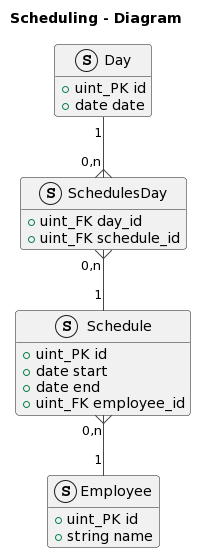
This is docs/en/scheduling/diagrams/uml-diagram-img.png from JotaEspig/chronos, a PlantUML export, as it was before one commit. Its diagram source:
```plantuml
@startuml
!theme vibrant

skin rose

title Scheduling - Diagram
hide struct methods

struct Day {
  +uint_PK id
  +date date
}

struct SchedulesDay {
  +uint_FK day_id
  +uint_FK schedule_id
}

struct Schedule {
  +uint_PK id
  +date start
  +date end
  +uint_FK employee_id
}

struct Employee {
  +uint_PK id
  +string name
}

Day          "1" --{ "0,n"  SchedulesDay
SchedulesDay "0,n" }-- "1"  Schedule
Schedule     "0,n" }-- "1"  Employee
@enduml
```
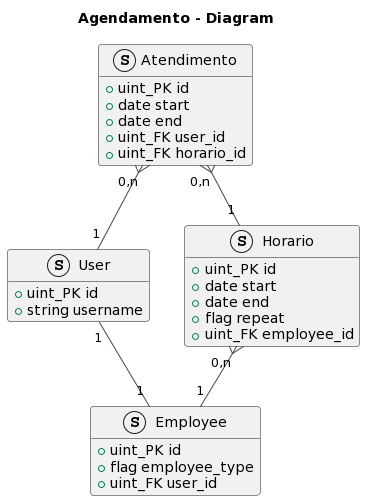
The same diagram one commit later.

Diff of the diagram source:
```diff
@@ -3,32 +3,38 @@
 
 skin rose
 
-title Scheduling - Diagram
+title Agendamento - Diagram
 hide struct methods
 
-struct Day {
+struct User {
   +uint_PK id
-  +date date
-}
-
-struct SchedulesDay {
-  +uint_FK day_id
-  +uint_FK schedule_id
-}
-
-struct Schedule {
-  +uint_PK id
-  +date start
-  +date end
-  +uint_FK employee_id
+  +string username
 }
 
 struct Employee {
   +uint_PK id
-  +string name
+  +flag employee_type
+  +uint_FK user_id
 }
 
-Day          "1" --{ "0,n"  SchedulesDay
-SchedulesDay "0,n" }-- "1"  Schedule
-Schedule     "0,n" }-- "1"  Employee
+struct Atendimento {
+  +uint_PK id
+  +date start
+  +date end
+  +uint_FK user_id
+  +uint_FK horario_id
+}
+
+struct Horario {
+  +uint_PK id
+  +date start
+  +date end
+  +flag repeat
+  +uint_FK employee_id
+}
+
+User "1" -- "1" Employee
+Horario   "0,n" }-- "1"  Employee
+Atendimento "0,n" }-- "1" Horario
+Atendimento "0,n" }-- "1" User
 @enduml
```
